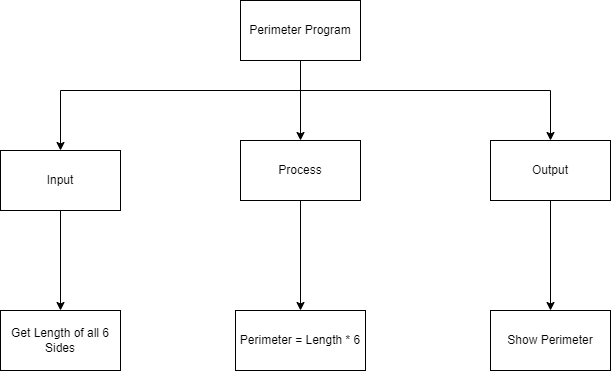
Earlier version of the draw.io export design.png (Ethan-Prieur1/ICS3U-Assignment2). Source tidied: cells renumbered, new cells last; positions are measured from the earlier drawing's top-left corner, leaving out a move shared by most shapes. Its diagram source:
```xml
<mxGraphModel>
  <root>
    <mxCell id="0" />
    <mxCell id="1" parent="0" />
    <mxCell id="2" style="edgeStyle=none;html=1;entryX=0.5;entryY=0;entryDx=0;entryDy=0;jumpStyle=line;" parent="1" edge="1" target="9">
      <mxGeometry relative="1" as="geometry">
        <mxPoint x="300" y="60" as="sourcePoint" />
      </mxGeometry>
    </mxCell>
    <mxCell id="3" style="edgeStyle=orthogonalEdgeStyle;rounded=0;jumpStyle=line;html=1;entryX=0.5;entryY=0;entryDx=0;entryDy=0;" parent="1" edge="1" source="5" target="7">
      <mxGeometry relative="1" as="geometry">
        <Array as="points">
          <mxPoint x="300" y="90" />
          <mxPoint x="60" y="90" />
        </Array>
      </mxGeometry>
    </mxCell>
    <mxCell id="4" style="edgeStyle=orthogonalEdgeStyle;shape=connector;rounded=0;jumpStyle=line;html=1;labelBackgroundColor=default;fontFamily=Helvetica;fontSize=11;fontColor=default;endArrow=classic;strokeColor=default;" parent="1" edge="1" source="5" target="11">
      <mxGeometry relative="1" as="geometry">
        <Array as="points">
          <mxPoint x="300" y="90" />
          <mxPoint x="550" y="90" />
        </Array>
      </mxGeometry>
    </mxCell>
    <mxCell id="5" value="Perimeter Program" style="rounded=0;whiteSpace=wrap;html=1;" parent="1" vertex="1">
      <mxGeometry x="240" width="120" height="60" as="geometry" />
    </mxCell>
    <mxCell id="6" style="edgeStyle=none;html=1;" parent="1" edge="1" source="7" target="12">
      <mxGeometry relative="1" as="geometry" />
    </mxCell>
    <mxCell id="7" value="Input" style="rounded=0;whiteSpace=wrap;html=1;" parent="1" vertex="1">
      <mxGeometry y="150" width="120" height="60" as="geometry" />
    </mxCell>
    <mxCell id="8" style="edgeStyle=none;html=1;" parent="1" edge="1" source="9" target="13">
      <mxGeometry relative="1" as="geometry" />
    </mxCell>
    <mxCell id="9" value="Process" style="rounded=0;whiteSpace=wrap;html=1;" parent="1" vertex="1">
      <mxGeometry x="240" y="140" width="120" height="60" as="geometry" />
    </mxCell>
    <mxCell id="10" style="edgeStyle=none;html=1;" parent="1" edge="1" source="11" target="14">
      <mxGeometry relative="1" as="geometry" />
    </mxCell>
    <mxCell id="11" value="Output" style="rounded=0;whiteSpace=wrap;html=1;" parent="1" vertex="1">
      <mxGeometry x="490" y="140" width="120" height="60" as="geometry" />
    </mxCell>
    <mxCell id="12" value="Get Length of all 6 Sides" style="rounded=0;whiteSpace=wrap;html=1;" parent="1" vertex="1">
      <mxGeometry y="310" width="120" height="60" as="geometry" />
    </mxCell>
    <mxCell id="13" value="Perimeter = Length * 6" style="rounded=0;whiteSpace=wrap;html=1;" parent="1" vertex="1">
      <mxGeometry x="235" y="310" width="130" height="60" as="geometry" />
    </mxCell>
    <mxCell id="14" value="Show Perimeter" style="rounded=0;whiteSpace=wrap;html=1;" parent="1" vertex="1">
      <mxGeometry x="490" y="310" width="120" height="60" as="geometry" />
    </mxCell>
  </root>
</mxGraphModel>
```
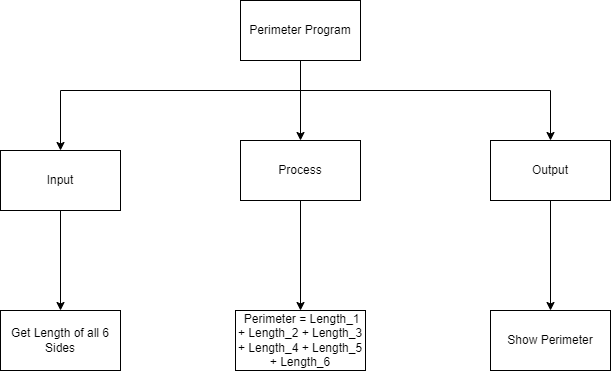
After the commit.

Commit message:
fixed the other minor error

Diff of the diagram source:
```diff
@@ -47,7 +47,7 @@
     <mxCell id="12" value="Get Length of all 6 Sides" style="rounded=0;whiteSpace=wrap;html=1;" parent="1" vertex="1">
       <mxGeometry y="310" width="120" height="60" as="geometry" />
     </mxCell>
-    <mxCell id="13" value="Perimeter = Length * 6" style="rounded=0;whiteSpace=wrap;html=1;" parent="1" vertex="1">
+    <mxCell id="13" value="&amp;nbsp;Perimeter = Length_1 + Length_2 + Length_3 + Length_4 + Length_5 + Length_6" style="rounded=0;whiteSpace=wrap;html=1;" parent="1" vertex="1">
       <mxGeometry x="235" y="310" width="130" height="60" as="geometry" />
     </mxCell>
     <mxCell id="14" value="Show Perimeter" style="rounded=0;whiteSpace=wrap;html=1;" parent="1" vertex="1">
```
